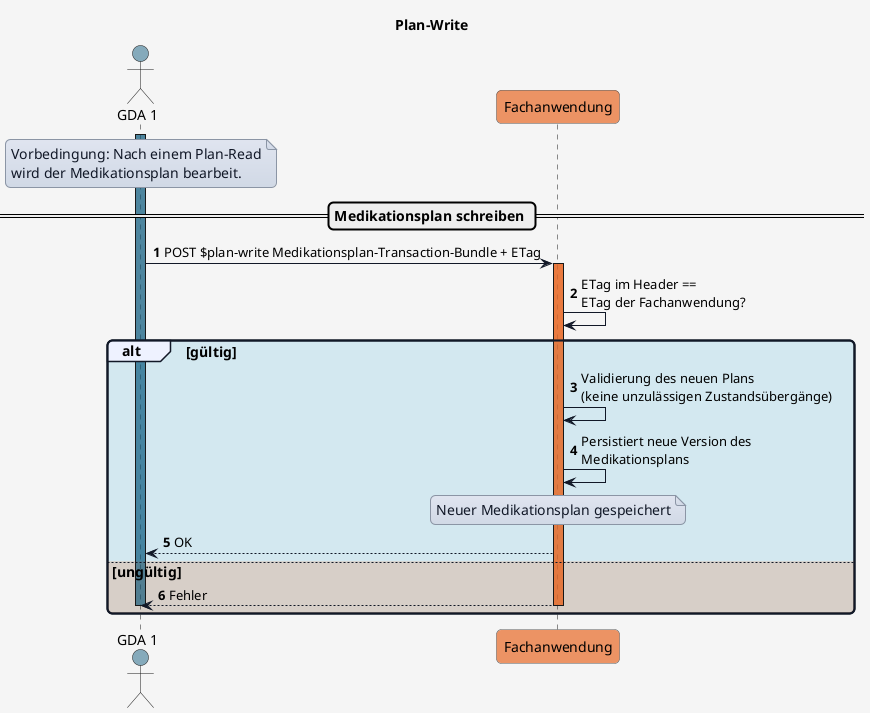
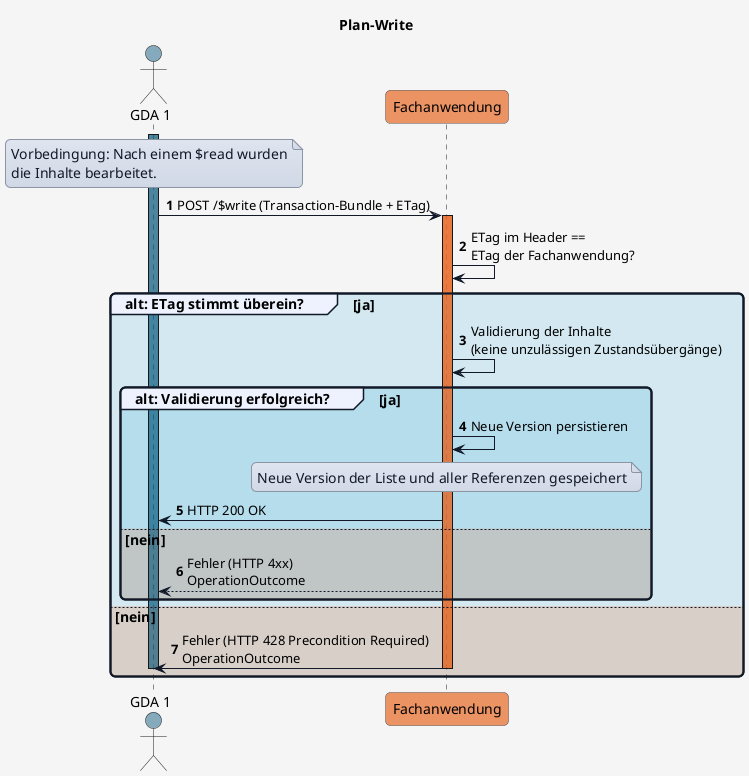
@startuml
title Plan-Write

'skinparam actorStyle awesome

skinparam borderColor #000000
skinparam backgroundColor #f5f5f5
skinparam shadowing false
skinparam roundCorner 10
skinparam defaultFontName "Arial"
skinparam defaultFontSize 14
skinparam defaultFontColor #000000
skinparam HyperlinkColor #0000EE
skinparam HyperlinkUnderline false
skinparam BoxPadding 20
skinparam BoxBorderColor #555555

skinparam note {
  BackgroundColor #e0e5f0-#d1d9e6
  BorderColor #8b95a5
  BorderThickness 1
  RoundCorner 0
  Padding 6
  FontColor #111827
  Shadowing false
}

skinparam sequence {
  ParticipantBorderColor #555555
  ParticipantBackgroundColor #ffffff
  ParticipantFontColor #000000
  ParticipantFontSize 14
  ParticipantPadding 20
  ArrowColor #111827
  ArrowThickness 1
  ArrowFontColor #000000
  ArrowFontSize 13
  GroupBorderColor #111827
  GroupBackgroundColor #eef2ff
  GroupBorderThickness 2
}

!define COLOR_GDA_1    #15608280
!define COLOR_GDA_2    #96607D80
!define COLOR_PATIENT  #196B2480
!define COLOR_APO      #0F9ED590
- !define COLOR_ELGA_FA  #e97232bd
+ !define COLOR_FA  #e97232bd
!define COLOR_E_REZEPT #cd3732a9

!define COLOR_OK       #0F9ED525
!define COLOR_ERROR    #E9713235

actor GDA_1 as "GDA 1" COLOR_GDA_1
- participant elga_FA as "Fachanwendung" COLOR_ELGA_FA
+ participant FA as "Fachanwendung" COLOR_FA


autonumber

activate GDA_1 COLOR_GDA_1

note over GDA_1
- Vorbedingung: Nach einem Plan-Read
- wird der Medikationsplan bearbeit.
+ Vorbedingung: Nach einem $read wurden
+ die Inhalte bearbeitet.
end note

- == Medikationsplan schreiben ==
+ GDA_1 -> FA: POST /$write (Transaction-Bundle + ETag)

- GDA_1 -> elga_FA: POST $plan-write Medikationsplan-Transaction-Bundle + ETag
+ activate FA COLOR_FA
+ FA -> FA: ETag im Header ==\nETag der Fachanwendung?

- activate elga_FA COLOR_ELGA_FA
- elga_FA -> elga_FA: ETag im Header ==\nETag der Fachanwendung?
+ group COLOR_OK alt: ETag stimmt überein? [ja]

- alt COLOR_OK gültig
-   elga_FA -> elga_FA: Validierung des neuen Plans\n(keine unzulässigen Zustandsübergänge)
-   elga_FA -> elga_FA: Persistiert neue Version des\nMedikationsplans
+   FA -> FA: Validierung der Inhalte\n(keine unzulässigen Zustandsübergänge)

-   note over elga_FA
-   Neuer Medikationsplan gespeichert
-   end note
+   group COLOR_OK alt: Validierung erfolgreich? [ja]

-   elga_FA --> GDA_1: OK
+     FA -> FA: Neue Version persistieren

- else COLOR_ERROR ungültig
+     note over FA
+     Neue Version der Liste und aller Referenzen gespeichert
+     end note

-   elga_FA --> GDA_1: Fehler
+     FA -> GDA_1: HTTP 200 OK

+   else COLOR_ERROR nein
+ 
+     FA --> GDA_1: Fehler (HTTP 4xx)\nOperationOutcome
+ 
+   end
+ 
+ else COLOR_ERROR nein
+ 
+   FA -> GDA_1: Fehler (HTTP 428 Precondition Required)\nOperationOutcome
  deactivate GDA_1
-   deactivate elga_FA
+   deactivate FA
+ 
end

- 
@enduml